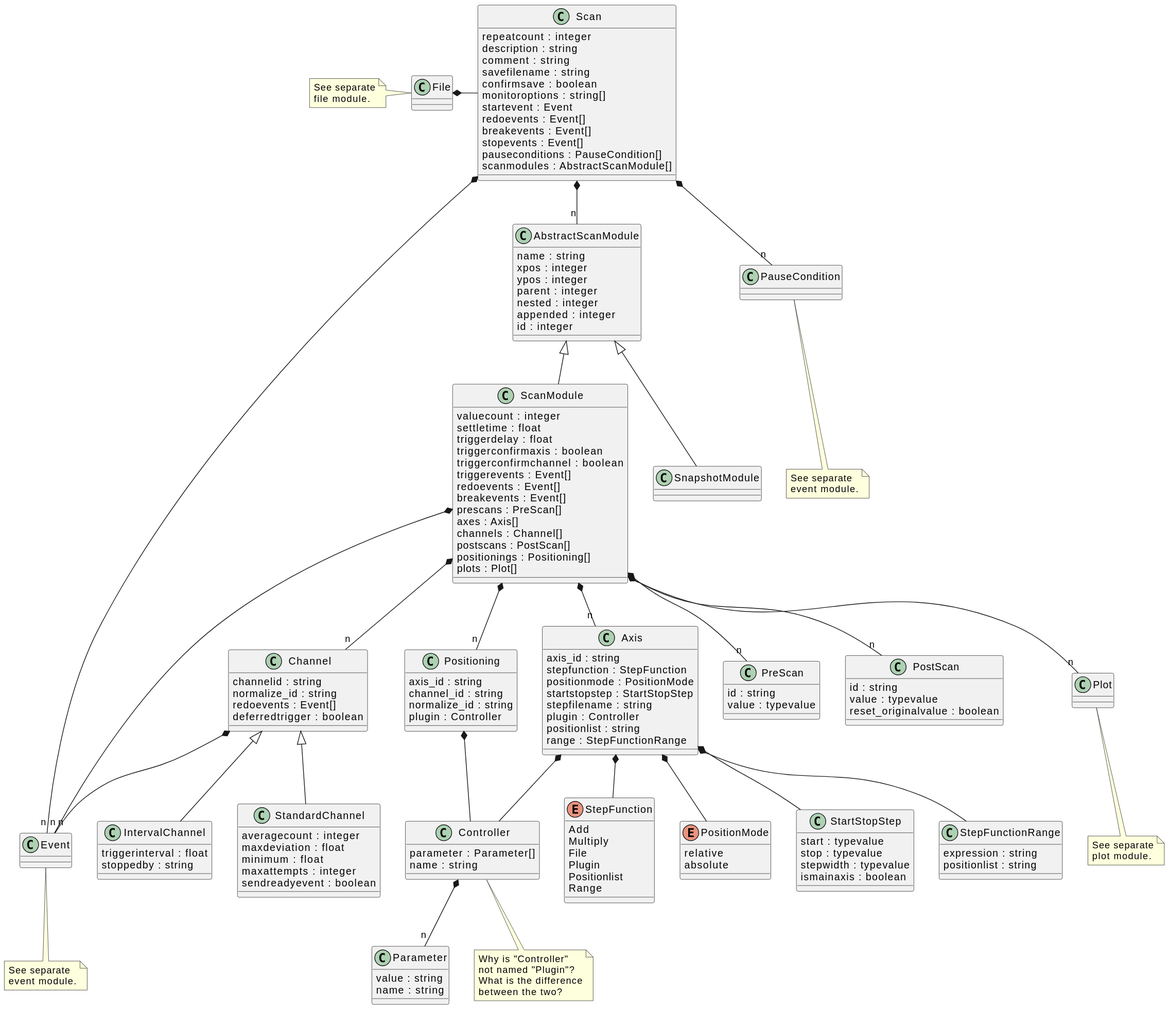
Above: docs/uml/evedata.scan.entities.scan.svg in tillbiskup/evedata (PlantUML), before the change. Its diagram source:
```plantuml
@startuml

class Scan {
    repeatcount : integer
    description : string
    comment : string
    savefilename : string
    confirmsave : boolean
    monitoroptions : string[]
    startevent : Event
    redoevents : Event[]
    breakevents : Event[]
    stopevents : Event[]
    pauseconditions : PauseCondition[]
    scanmodules : AbstractScanModule[]
}
Scan *-- "n" AbstractScanModule
Scan *-- "n" PauseCondition
Scan *-- "n" Event

note bottom of PauseCondition: See separate\nevent module.

File *- Scan
note left of File: See separate\nfile module.

class AbstractScanModule {
    name : string
    xpos : integer
    ypos : integer
    parent : integer
    nested : integer
    appended : integer
    id : integer
}
AbstractScanModule <|-- ScanModule
AbstractScanModule <|-- SnapshotModule

class Controller {
    parameter : Parameter[]
    name : string
}
Controller *-- "n" Parameter

note bottom of Controller
    Why is "Controller"
    not named "Plugin"?
    What is the difference
    between the two?
end note

class IntervalChannel {
    triggerinterval : float
    stoppedby : string
}

class Parameter {
    value : string
    name : string
}

class Positioning {
    axis_id : string
    channel_id : string
    normalize_id : string
    plugin : Controller
}
Positioning *-- Controller

class ScanModule {
    valuecount : integer
    settletime : float
    triggerdelay : float
    triggerconfirmaxis : boolean
    triggerconfirmchannel : boolean
    triggerevents : Event[]
    redoevents : Event[]
    breakevents : Event[]
    prescans : PreScan[]
    axes : Axis[]
    channels : Channel[]
    postscans : PostScan[]
    positionings : Positioning[]
    plots : Plot[]
}
ScanModule *-- "n" Event
ScanModule *-- "n" PreScan
ScanModule *-- "n" Axis
ScanModule *-- "n" Channel
ScanModule *-- "n" PostScan
ScanModule *-- "n" Positioning
ScanModule *-- "n" Plot

note bottom of Plot: See separate\nplot module.
note bottom of Event: See separate\nevent module.

class PreScan {
    id : string
    value : typevalue
}

class PostScan {
    id : string
    value : typevalue
    reset_originalvalue : boolean
}

class SnapshotModule {
}

class Axis {
    axis_id : string
    stepfunction : StepFunction
    positionmode : PositionMode
    startstopstep : StartStopStep
    stepfilename : string
    plugin : Controller
    positionlist : string
    range : StepFunctionRange
}
Axis *-- StepFunction
Axis *-- PositionMode
Axis *-- StartStopStep
Axis *-- Controller
Axis *-- StepFunctionRange

enum PositionMode {
    relative
    absolute
}

class Channel {
    channelid : string
    normalize_id : string
    redoevents : Event[]
    deferredtrigger : boolean
}
Channel <|-- StandardChannel
Channel <|-- IntervalChannel
Channel *-- "n" Event

class StandardChannel {
    averagecount : integer
    maxdeviation : float
    minimum : float
    maxattempts : integer
    sendreadyevent : boolean
}

class StartStopStep {
    start : typevalue
    stop : typevalue
    stepwidth : typevalue
    ismainaxis : boolean
}

enum StepFunction {
    Add
    Multiply
    File
    Plugin
    Positionlist
    Range
}

class StepFunctionRange {
    expression : string
    positionlist : string
}
@enduml
```
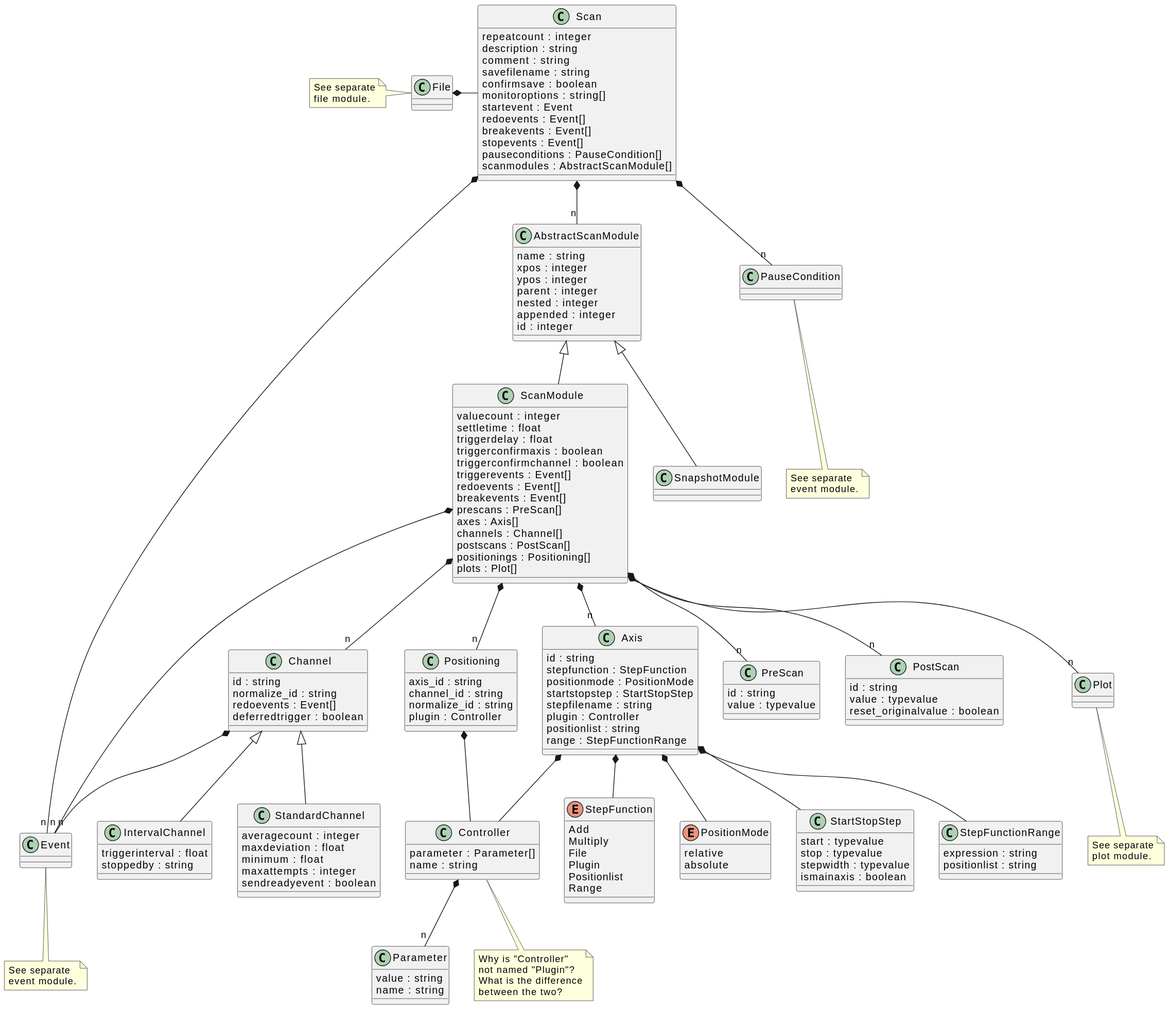
The same diagram one commit later.

Diff of the diagram source:
```diff
@@ -108,7 +108,7 @@
 }
 
 class Axis {
-    axis_id : string
+    id : string
     stepfunction : StepFunction
     positionmode : PositionMode
     startstopstep : StartStopStep
@@ -129,7 +129,7 @@
 }
 
 class Channel {
-    channelid : string
+    id : string
     normalize_id : string
     redoevents : Event[]
     deferredtrigger : boolean
```
